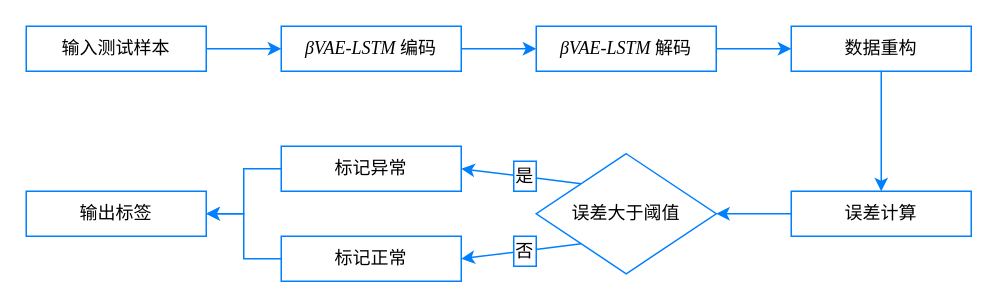
Earlier version of the draw.io diagram page "第 2 页" (2 of 6) of demo1.drawio (1378496782/drawio). Source tidied: cells renumbered, new cells numbered last; positions are measured from the earlier drawing's top-left corner, leaving out a move shared by most shapes. Both pictures are drawn from the tidied source at 150%, with x=0, y=0 at pixel (26, 26).
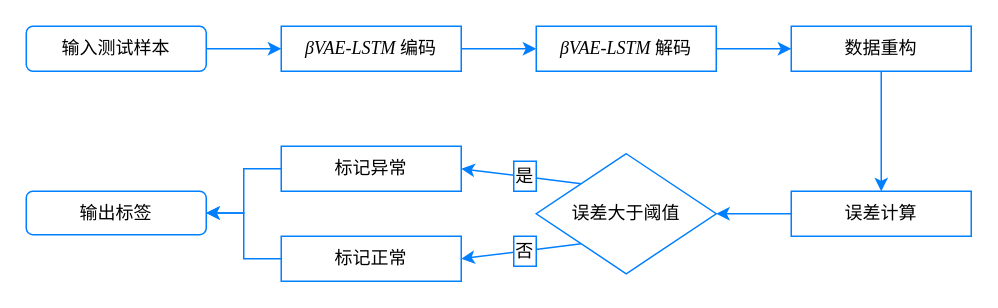
Above is the later version.

Change to the diagram source:
```diff
@@
-    <mxCell id="3" value="输入测试样本" style="rounded=0;whiteSpace=wrap;html=1;strokeColor=#007FFF;" parent="1" vertex="1">
+    <mxCell id="3" value="输入测试样本" style="rounded=1;whiteSpace=wrap;html=1;strokeColor=#007FFF;glass=0;" parent="1" vertex="1">
       <mxGeometry width="120" height="30" as="geometry" />
     </mxCell>
@@
-    <mxCell id="19" value="输出标签" style="rounded=0;whiteSpace=wrap;html=1;strokeColor=#007FFF;" parent="1" vertex="1">
-      <mxGeometry y="110" width="120" height="30" as="geometry" />
+    <mxCell id="19" value="输出标签" style="rounded=1;whiteSpace=wrap;html=1;strokeColor=#007FFF;" parent="1" vertex="1">
+      <mxGeometry y="110" width="120" height="29" as="geometry" />
     </mxCell>
```
